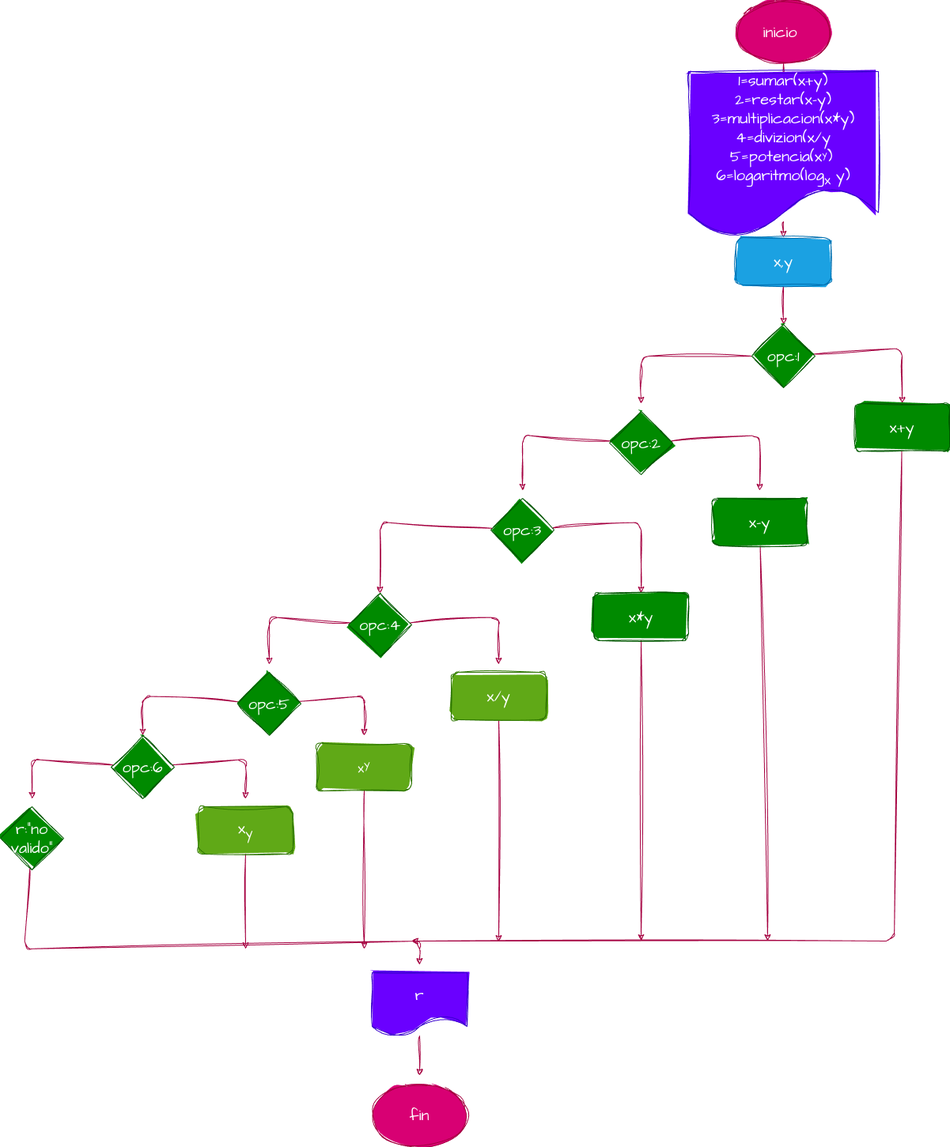
Earlier version of the draw.io export diagrama.png (penguindavid/Minicalculadora-guanentina). Source tidied: cells renumbered, new cells last; positions are measured from the earlier drawing's top-left corner, leaving out a move shared by most shapes.
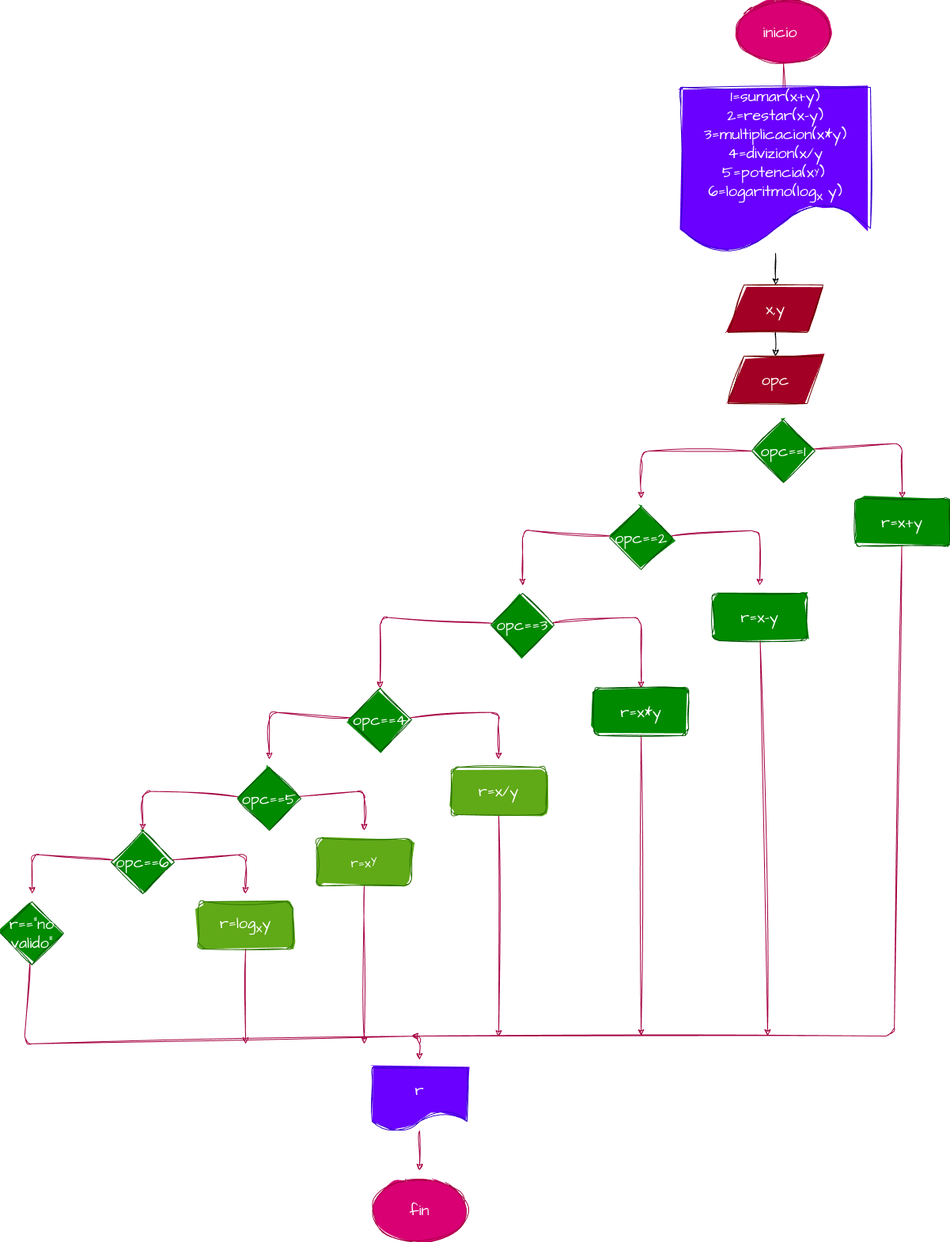
After the commit.

Commit message:
se agrego archivo tipo 2

Change to the diagram source:
```diff
@@ -10,18 +10,4 @@
     <mxCell id="3" value="inicio&amp;nbsp;" style="ellipse;whiteSpace=wrap;html=1;sketch=1;hachureGap=4;jiggle=2;curveFitting=1;fontFamily=Architects Daughter;fontSource=https%3A%2F%2Ffonts.googleapis.com%2Fcss%3Ffamily%3DArchitects%2BDaughter;fontSize=20;fillColor=#d80073;fontColor=#ffffff;strokeColor=#A50040;fillStyle=solid;" parent="1" vertex="1">
-      <mxGeometry x="930" width="120" height="80" as="geometry" />
+      <mxGeometry x="930" y="-120" width="120" height="80" as="geometry" />
     </mxCell>
-    <mxCell id="4" style="edgeStyle=none;sketch=1;hachureGap=4;jiggle=2;curveFitting=1;html=1;fontFamily=Architects Daughter;fontSource=https%3A%2F%2Ffonts.googleapis.com%2Fcss%3Ffamily%3DArchitects%2BDaughter;fontSize=16;fillColor=#d80073;strokeColor=#A50040;" parent="1" edge="1">
-      <mxGeometry relative="1" as="geometry">
-        <mxPoint x="990" y="280" as="sourcePoint" />
-        <mxPoint x="990" y="300" as="targetPoint" />
-      </mxGeometry>
-    </mxCell>
-    <mxCell id="5" style="edgeStyle=none;sketch=1;hachureGap=4;jiggle=2;curveFitting=1;html=1;fontFamily=Architects Daughter;fontSource=https%3A%2F%2Ffonts.googleapis.com%2Fcss%3Ffamily%3DArchitects%2BDaughter;fontSize=16;fillColor=#d80073;strokeColor=#A50040;" parent="1" edge="1" source="6">
-      <mxGeometry relative="1" as="geometry">
-        <mxPoint x="990" y="410" as="targetPoint" />
-      </mxGeometry>
-    </mxCell>
-    <mxCell id="6" value="x,y" style="rounded=1;whiteSpace=wrap;html=1;sketch=1;hachureGap=4;jiggle=2;curveFitting=1;fontFamily=Architects Daughter;fontSource=https%3A%2F%2Ffonts.googleapis.com%2Fcss%3Ffamily%3DArchitects%2BDaughter;fontSize=20;fillColor=#1ba1e2;fontColor=#ffffff;strokeColor=#006EAF;fillStyle=solid;" parent="1" vertex="1">
-      <mxGeometry x="930" y="300" width="120" height="60" as="geometry" />
-    </mxCell>
     <mxCell id="7" style="edgeStyle=none;sketch=1;hachureGap=4;jiggle=2;curveFitting=1;html=1;fontFamily=Architects Daughter;fontSource=https%3A%2F%2Ffonts.googleapis.com%2Fcss%3Ffamily%3DArchitects%2BDaughter;fontSize=16;fillColor=#d80073;strokeColor=#A50040;" parent="1" edge="1" source="9">
@@ -42,3 +28,3 @@
     </mxCell>
-    <mxCell id="9" value="opc:1" style="rhombus;whiteSpace=wrap;html=1;sketch=1;hachureGap=4;jiggle=2;curveFitting=1;fontFamily=Architects Daughter;fontSource=https%3A%2F%2Ffonts.googleapis.com%2Fcss%3Ffamily%3DArchitects%2BDaughter;fontSize=20;fillColor=#008a00;fontColor=#ffffff;strokeColor=#005700;fillStyle=solid;" parent="1" vertex="1">
+    <mxCell id="9" value="opc==1" style="rhombus;whiteSpace=wrap;html=1;sketch=1;hachureGap=4;jiggle=2;curveFitting=1;fontFamily=Architects Daughter;fontSource=https%3A%2F%2Ffonts.googleapis.com%2Fcss%3Ffamily%3DArchitects%2BDaughter;fontSize=20;fillColor=#008a00;fontColor=#ffffff;strokeColor=#005700;fillStyle=solid;" parent="1" vertex="1">
       <mxGeometry x="950" y="410" width="80" height="80" as="geometry" />
@@ -53,3 +39,3 @@
     </mxCell>
-    <mxCell id="11" value="x+y" style="rounded=1;whiteSpace=wrap;html=1;sketch=1;hachureGap=4;jiggle=2;curveFitting=1;fontFamily=Architects Daughter;fontSource=https%3A%2F%2Ffonts.googleapis.com%2Fcss%3Ffamily%3DArchitects%2BDaughter;fontSize=20;fillColor=#008a00;fontColor=#ffffff;strokeColor=#005700;fillStyle=solid;" parent="1" vertex="1">
+    <mxCell id="11" value="r=x+y" style="rounded=1;whiteSpace=wrap;html=1;sketch=1;hachureGap=4;jiggle=2;curveFitting=1;fontFamily=Architects Daughter;fontSource=https%3A%2F%2Ffonts.googleapis.com%2Fcss%3Ffamily%3DArchitects%2BDaughter;fontSize=20;fillColor=#008a00;fontColor=#ffffff;strokeColor=#005700;fillStyle=solid;" parent="1" vertex="1">
       <mxGeometry x="1080" y="510" width="120" height="60" as="geometry" />
@@ -72,3 +58,3 @@
     </mxCell>
-    <mxCell id="14" value="opc:2" style="rhombus;whiteSpace=wrap;html=1;sketch=1;hachureGap=4;jiggle=2;curveFitting=1;fontFamily=Architects Daughter;fontSource=https%3A%2F%2Ffonts.googleapis.com%2Fcss%3Ffamily%3DArchitects%2BDaughter;fontSize=20;fillColor=#008a00;fontColor=#ffffff;strokeColor=#005700;fillStyle=solid;" parent="1" vertex="1">
+    <mxCell id="14" value="opc==2" style="rhombus;whiteSpace=wrap;html=1;sketch=1;hachureGap=4;jiggle=2;curveFitting=1;fontFamily=Architects Daughter;fontSource=https%3A%2F%2Ffonts.googleapis.com%2Fcss%3Ffamily%3DArchitects%2BDaughter;fontSize=20;fillColor=#008a00;fontColor=#ffffff;strokeColor=#005700;fillStyle=solid;" parent="1" vertex="1">
       <mxGeometry x="770" y="520" width="80" height="80" as="geometry" />
@@ -80,3 +66,3 @@
     </mxCell>
-    <mxCell id="16" value="x-y" style="rounded=1;whiteSpace=wrap;html=1;sketch=1;hachureGap=4;jiggle=2;curveFitting=1;fontFamily=Architects Daughter;fontSource=https%3A%2F%2Ffonts.googleapis.com%2Fcss%3Ffamily%3DArchitects%2BDaughter;fontSize=20;fillColor=#008a00;fontColor=#ffffff;strokeColor=#005700;fillStyle=solid;" parent="1" vertex="1">
+    <mxCell id="16" value="r=x-y" style="rounded=1;whiteSpace=wrap;html=1;sketch=1;hachureGap=4;jiggle=2;curveFitting=1;fontFamily=Architects Daughter;fontSource=https%3A%2F%2Ffonts.googleapis.com%2Fcss%3Ffamily%3DArchitects%2BDaughter;fontSize=20;fillColor=#008a00;fontColor=#ffffff;strokeColor=#005700;fillStyle=solid;" parent="1" vertex="1">
       <mxGeometry x="900" y="630" width="120" height="60" as="geometry" />
@@ -99,3 +85,3 @@
     </mxCell>
-    <mxCell id="19" value="opc:3" style="rhombus;whiteSpace=wrap;html=1;sketch=1;hachureGap=4;jiggle=2;curveFitting=1;fontFamily=Architects Daughter;fontSource=https%3A%2F%2Ffonts.googleapis.com%2Fcss%3Ffamily%3DArchitects%2BDaughter;fontSize=20;fillColor=#008a00;fontColor=#ffffff;strokeColor=#005700;fillStyle=solid;" parent="1" vertex="1">
+    <mxCell id="19" value="opc==3" style="rhombus;whiteSpace=wrap;html=1;sketch=1;hachureGap=4;jiggle=2;curveFitting=1;fontFamily=Architects Daughter;fontSource=https%3A%2F%2Ffonts.googleapis.com%2Fcss%3Ffamily%3DArchitects%2BDaughter;fontSize=20;fillColor=#008a00;fontColor=#ffffff;strokeColor=#005700;fillStyle=solid;" parent="1" vertex="1">
       <mxGeometry x="620" y="630" width="80" height="80" as="geometry" />
@@ -107,3 +93,3 @@
     </mxCell>
-    <mxCell id="21" value="x*y" style="rounded=1;whiteSpace=wrap;html=1;sketch=1;hachureGap=4;jiggle=2;curveFitting=1;fontFamily=Architects Daughter;fontSource=https%3A%2F%2Ffonts.googleapis.com%2Fcss%3Ffamily%3DArchitects%2BDaughter;fontSize=20;fillColor=#008a00;fontColor=#ffffff;strokeColor=#005700;fillStyle=solid;" parent="1" vertex="1">
+    <mxCell id="21" value="r=x*y" style="rounded=1;whiteSpace=wrap;html=1;sketch=1;hachureGap=4;jiggle=2;curveFitting=1;fontFamily=Architects Daughter;fontSource=https%3A%2F%2Ffonts.googleapis.com%2Fcss%3Ffamily%3DArchitects%2BDaughter;fontSize=20;fillColor=#008a00;fontColor=#ffffff;strokeColor=#005700;fillStyle=solid;" parent="1" vertex="1">
       <mxGeometry x="750" y="750" width="120" height="60" as="geometry" />
@@ -126,3 +112,3 @@
     </mxCell>
-    <mxCell id="24" value="opc:4" style="rhombus;whiteSpace=wrap;html=1;sketch=1;hachureGap=4;jiggle=2;curveFitting=1;fontFamily=Architects Daughter;fontSource=https%3A%2F%2Ffonts.googleapis.com%2Fcss%3Ffamily%3DArchitects%2BDaughter;fontSize=20;fillColor=#008a00;fontColor=#ffffff;strokeColor=#005700;fillStyle=solid;" parent="1" vertex="1">
+    <mxCell id="24" value="opc==4" style="rhombus;whiteSpace=wrap;html=1;sketch=1;hachureGap=4;jiggle=2;curveFitting=1;fontFamily=Architects Daughter;fontSource=https%3A%2F%2Ffonts.googleapis.com%2Fcss%3Ffamily%3DArchitects%2BDaughter;fontSize=20;fillColor=#008a00;fontColor=#ffffff;strokeColor=#005700;fillStyle=solid;" parent="1" vertex="1">
       <mxGeometry x="440" y="750" width="80" height="80" as="geometry" />
@@ -134,3 +120,3 @@
     </mxCell>
-    <mxCell id="26" value="x/y" style="rounded=1;whiteSpace=wrap;html=1;sketch=1;hachureGap=4;jiggle=2;curveFitting=1;fontFamily=Architects Daughter;fontSource=https%3A%2F%2Ffonts.googleapis.com%2Fcss%3Ffamily%3DArchitects%2BDaughter;fontSize=20;fillColor=#60a917;fontColor=#ffffff;strokeColor=#2D7600;fillStyle=solid;" parent="1" vertex="1">
+    <mxCell id="26" value="r=x/y" style="rounded=1;whiteSpace=wrap;html=1;sketch=1;hachureGap=4;jiggle=2;curveFitting=1;fontFamily=Architects Daughter;fontSource=https%3A%2F%2Ffonts.googleapis.com%2Fcss%3Ffamily%3DArchitects%2BDaughter;fontSize=20;fillColor=#60a917;fontColor=#ffffff;strokeColor=#2D7600;fillStyle=solid;" parent="1" vertex="1">
       <mxGeometry x="570" y="850" width="120" height="60" as="geometry" />
@@ -153,3 +139,3 @@
     </mxCell>
-    <mxCell id="29" value="opc:5" style="rhombus;whiteSpace=wrap;html=1;sketch=1;hachureGap=4;jiggle=2;curveFitting=1;fontFamily=Architects Daughter;fontSource=https%3A%2F%2Ffonts.googleapis.com%2Fcss%3Ffamily%3DArchitects%2BDaughter;fontSize=20;fillColor=#008a00;fontColor=#ffffff;strokeColor=#005700;fillStyle=solid;" parent="1" vertex="1">
+    <mxCell id="29" value="opc==5" style="rhombus;whiteSpace=wrap;html=1;sketch=1;hachureGap=4;jiggle=2;curveFitting=1;fontFamily=Architects Daughter;fontSource=https%3A%2F%2Ffonts.googleapis.com%2Fcss%3Ffamily%3DArchitects%2BDaughter;fontSize=20;fillColor=#008a00;fontColor=#ffffff;strokeColor=#005700;fillStyle=solid;" parent="1" vertex="1">
       <mxGeometry x="300" y="850" width="80" height="80" as="geometry" />
@@ -161,3 +147,3 @@
     </mxCell>
-    <mxCell id="31" value="&lt;span style=&quot;font-size: 16.6667px;&quot;&gt;x&lt;sup&gt;y&lt;/sup&gt;&lt;/span&gt;" style="rounded=1;whiteSpace=wrap;html=1;sketch=1;hachureGap=4;jiggle=2;curveFitting=1;fontFamily=Architects Daughter;fontSource=https%3A%2F%2Ffonts.googleapis.com%2Fcss%3Ffamily%3DArchitects%2BDaughter;fontSize=20;fillColor=#60a917;fontColor=#ffffff;strokeColor=#2D7600;fillStyle=solid;" parent="1" vertex="1">
+    <mxCell id="31" value="&lt;span style=&quot;font-size: 16.6667px;&quot;&gt;r=x&lt;sup&gt;y&lt;/sup&gt;&lt;/span&gt;" style="rounded=1;whiteSpace=wrap;html=1;sketch=1;hachureGap=4;jiggle=2;curveFitting=1;fontFamily=Architects Daughter;fontSource=https%3A%2F%2Ffonts.googleapis.com%2Fcss%3Ffamily%3DArchitects%2BDaughter;fontSize=20;fillColor=#60a917;fontColor=#ffffff;strokeColor=#2D7600;fillStyle=solid;" parent="1" vertex="1">
       <mxGeometry x="400" y="940" width="120" height="60" as="geometry" />
@@ -180,3 +166,3 @@
     </mxCell>
-    <mxCell id="34" value="opc:6" style="rhombus;whiteSpace=wrap;html=1;sketch=1;hachureGap=4;jiggle=2;curveFitting=1;fontFamily=Architects Daughter;fontSource=https%3A%2F%2Ffonts.googleapis.com%2Fcss%3Ffamily%3DArchitects%2BDaughter;fontSize=20;fillColor=#008a00;fontColor=#ffffff;strokeColor=#005700;fillStyle=solid;" parent="1" vertex="1">
+    <mxCell id="34" value="opc==6" style="rhombus;whiteSpace=wrap;html=1;sketch=1;hachureGap=4;jiggle=2;curveFitting=1;fontFamily=Architects Daughter;fontSource=https%3A%2F%2Ffonts.googleapis.com%2Fcss%3Ffamily%3DArchitects%2BDaughter;fontSize=20;fillColor=#008a00;fontColor=#ffffff;strokeColor=#005700;fillStyle=solid;" parent="1" vertex="1">
       <mxGeometry x="140" y="930" width="80" height="80" as="geometry" />
@@ -188,3 +174,3 @@
     </mxCell>
-    <mxCell id="36" value="x&lt;sub&gt;y&lt;/sub&gt;" style="rounded=1;whiteSpace=wrap;html=1;sketch=1;hachureGap=4;jiggle=2;curveFitting=1;fontFamily=Architects Daughter;fontSource=https%3A%2F%2Ffonts.googleapis.com%2Fcss%3Ffamily%3DArchitects%2BDaughter;fontSize=20;fillColor=#60a917;fontColor=#ffffff;strokeColor=#2D7600;fillStyle=solid;" parent="1" vertex="1">
+    <mxCell id="36" value="r=log&lt;sub&gt;x&lt;/sub&gt;y" style="rounded=1;whiteSpace=wrap;html=1;sketch=1;hachureGap=4;jiggle=2;curveFitting=1;fontFamily=Architects Daughter;fontSource=https%3A%2F%2Ffonts.googleapis.com%2Fcss%3Ffamily%3DArchitects%2BDaughter;fontSize=20;fillColor=#60a917;fontColor=#ffffff;strokeColor=#2D7600;fillStyle=solid;" parent="1" vertex="1">
       <mxGeometry x="250" y="1020" width="120" height="60" as="geometry" />
@@ -200,3 +186,3 @@
     </mxCell>
-    <mxCell id="38" value="r:&quot;no valido&quot;" style="rhombus;whiteSpace=wrap;html=1;sketch=1;hachureGap=4;jiggle=2;curveFitting=1;fontFamily=Architects Daughter;fontSource=https%3A%2F%2Ffonts.googleapis.com%2Fcss%3Ffamily%3DArchitects%2BDaughter;fontSize=20;fillColor=#008a00;fontColor=#ffffff;strokeColor=#005700;fillStyle=solid;" parent="1" vertex="1">
+    <mxCell id="38" value="r==&quot;no valido&quot;" style="rhombus;whiteSpace=wrap;html=1;sketch=1;hachureGap=4;jiggle=2;curveFitting=1;fontFamily=Architects Daughter;fontSource=https%3A%2F%2Ffonts.googleapis.com%2Fcss%3Ffamily%3DArchitects%2BDaughter;fontSize=20;fillColor=#008a00;fontColor=#ffffff;strokeColor=#005700;fillStyle=solid;" parent="1" vertex="1">
       <mxGeometry y="1020" width="80" height="80" as="geometry" />
@@ -206,4 +192,7 @@
     </mxCell>
+    <mxCell id="44" style="edgeStyle=none;sketch=1;hachureGap=4;jiggle=2;curveFitting=1;html=1;entryX=0.5;entryY=0;entryDx=0;entryDy=0;fontFamily=Architects Daughter;fontSource=https%3A%2F%2Ffonts.googleapis.com%2Fcss%3Ffamily%3DArchitects%2BDaughter;fontSize=16;fontColor=#FFFFFF;" parent="1" edge="1" source="40" target="6">
+      <mxGeometry relative="1" as="geometry" />
+    </mxCell>
     <mxCell id="40" value="1=sumar(x+y)&lt;br&gt;2=restar(x-y)&lt;br&gt;3=multiplicacion(x*y)&lt;br&gt;4=divizion(x/y&lt;br&gt;5=potencia(x&lt;span style=&quot;font-size: 13.8889px;&quot;&gt;&lt;sup&gt;y&lt;/sup&gt;&lt;/span&gt;)&lt;span style=&quot;font-size: 13.8889px;&quot;&gt;&lt;sup&gt;&amp;nbsp;&lt;br&gt;&lt;/sup&gt;&lt;/span&gt;6=logaritmo(log&lt;sub&gt;x &lt;/sub&gt;y)" style="shape=document;whiteSpace=wrap;html=1;boundedLbl=1;sketch=1;hachureGap=4;jiggle=2;curveFitting=1;fontFamily=Architects Daughter;fontSource=https%3A%2F%2Ffonts.googleapis.com%2Fcss%3Ffamily%3DArchitects%2BDaughter;fontSize=20;fillColor=#6a00ff;fontColor=#ffffff;strokeColor=#3700CC;fillStyle=solid;" parent="1" vertex="1">
-      <mxGeometry x="870" y="90" width="240" height="210" as="geometry" />
+      <mxGeometry x="860" y="-10" width="240" height="210" as="geometry" />
     </mxCell>
@@ -220,2 +209,13 @@
     </mxCell>
+    <mxCell id="45" style="edgeStyle=none;sketch=1;hachureGap=4;jiggle=2;curveFitting=1;html=1;fontFamily=Architects Daughter;fontSource=https%3A%2F%2Ffonts.googleapis.com%2Fcss%3Ffamily%3DArchitects%2BDaughter;fontSize=16;fontColor=#FFFFFF;" parent="1" edge="1" source="6">
+      <mxGeometry relative="1" as="geometry">
+        <mxPoint x="980" y="330" as="targetPoint" />
+      </mxGeometry>
+    </mxCell>
+    <mxCell id="6" value="x,y" style="shape=parallelogram;perimeter=parallelogramPerimeter;whiteSpace=wrap;html=1;fixedSize=1;sketch=1;hachureGap=4;jiggle=2;fillStyle=solid;curveFitting=1;fontFamily=Architects Daughter;fontSource=https%3A%2F%2Ffonts.googleapis.com%2Fcss%3Ffamily%3DArchitects%2BDaughter;fontSize=20;fontColor=#ffffff;fillColor=#a20025;strokeColor=#6F0000;" parent="1" vertex="1">
+      <mxGeometry x="920" y="240" width="120" height="60" as="geometry" />
+    </mxCell>
+    <mxCell id="46" value="opc" style="shape=parallelogram;perimeter=parallelogramPerimeter;whiteSpace=wrap;html=1;fixedSize=1;sketch=1;hachureGap=4;jiggle=2;fillStyle=solid;curveFitting=1;fontFamily=Architects Daughter;fontSource=https%3A%2F%2Ffonts.googleapis.com%2Fcss%3Ffamily%3DArchitects%2BDaughter;fontSize=20;fontColor=#ffffff;fillColor=#a20025;strokeColor=#6F0000;" parent="1" vertex="1">
+      <mxGeometry x="920" y="330" width="120" height="60" as="geometry" />
+    </mxCell>
   </root>
```
